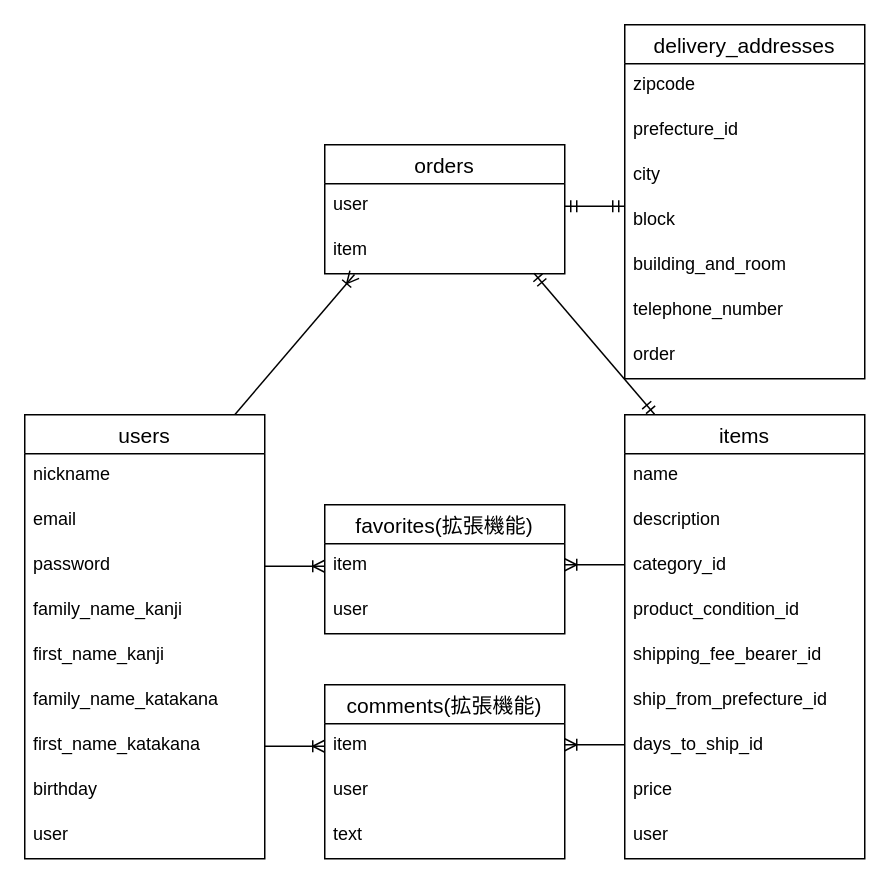
Above: ER.dio in lynxlevin/furima-31051 (draw.io), before the change. Source tidied: cells renumbered, new cells numbered last; positions are measured from the earlier drawing's top-left corner, leaving out a move shared by most shapes. Both pictures are drawn from the tidied source at 150%, with x=0, y=0 at pixel (24, 24).
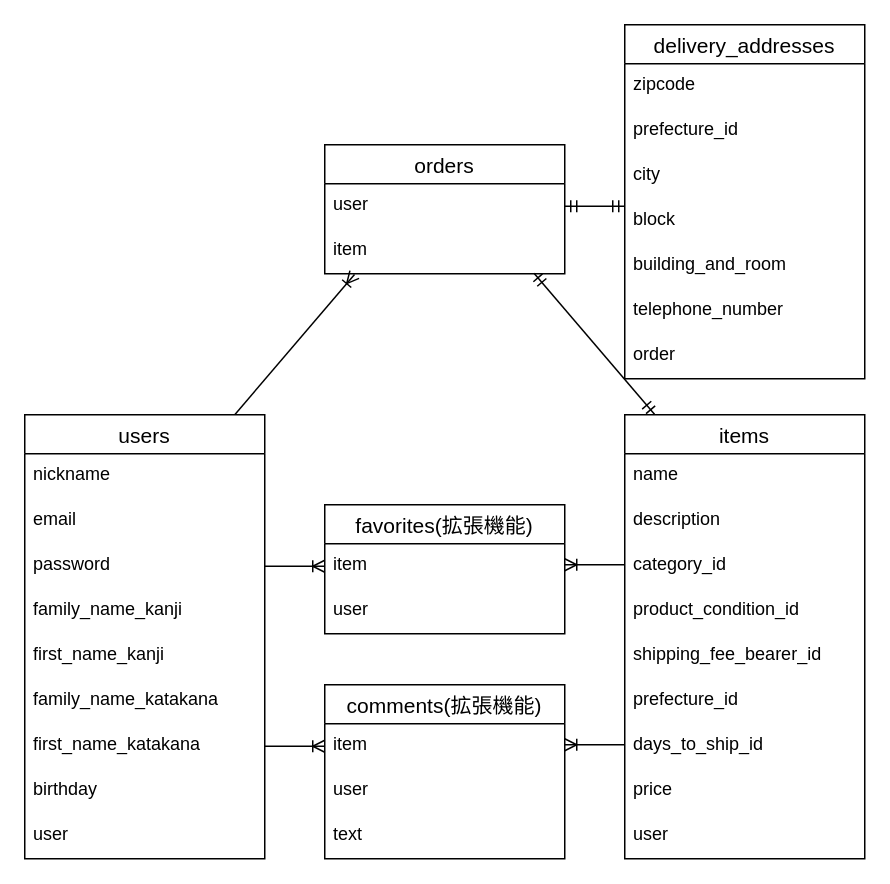
Above is the later version.

Commit message (it also covers changes not shown here):
ER図、READMEの修正

都道府県のActiveHashをdelivery_addressテーブルと共有するためにカラム名を変更
ActiveHash用のアソシエーションの追記

The change refers to these unchanged cells:
```xml
<mxCell id="26" value="items" style="swimlane;fontStyle=0;horizontal=1;startSize=26;align=center;fontSize=14;" parent="1" vertex="1">
  <mxGeometry x="400" y="260" width="160" height="296" as="geometry" />
</mxCell>
```

What changed in the source:
```diff
@@
-    <mxCell id="32" value="ship_from_prefecture_id" style="text;strokeColor=none;fillColor=none;spacingLeft=4;spacingRight=4;overflow=hidden;fontSize=12;" parent="26" vertex="1">
+    <mxCell id="32" value="prefecture_id" style="text;strokeColor=none;fillColor=none;spacingLeft=4;spacingRight=4;overflow=hidden;fontSize=12;" parent="26" vertex="1">
       <mxGeometry y="176" width="160" height="30" as="geometry" />
     </mxCell>
```
